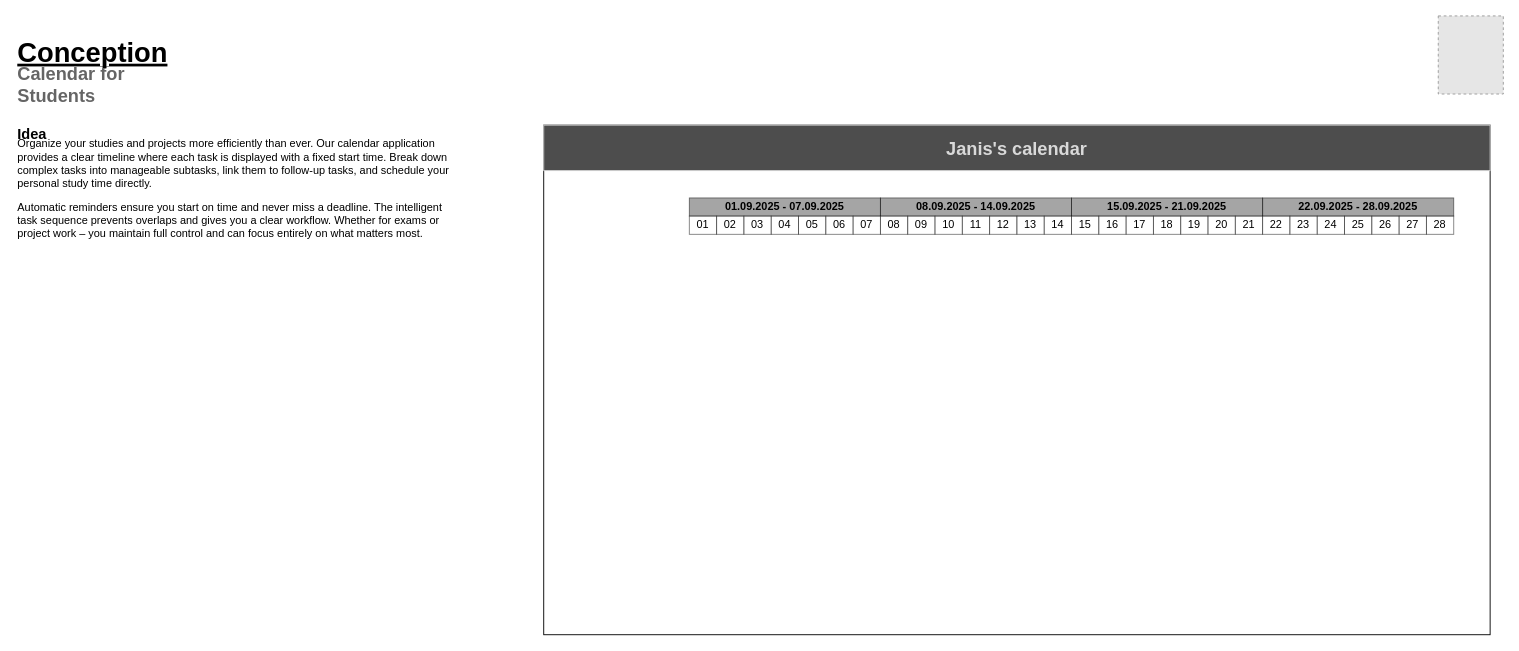
Before: Conception/Calendar_concept_marketing.drawio in janisaebischer/Calendar, a draw.io diagram. Source tidied: cells renumbered, new cells numbered last; positions are measured from the earlier drawing's top-left corner, leaving out a move shared by most shapes. Both pictures are drawn from the tidied source at 91%, with x=0, y=0 at pixel (15, 15). Pictures stored in the file or linked from it are replaced by grey dashed boxes.
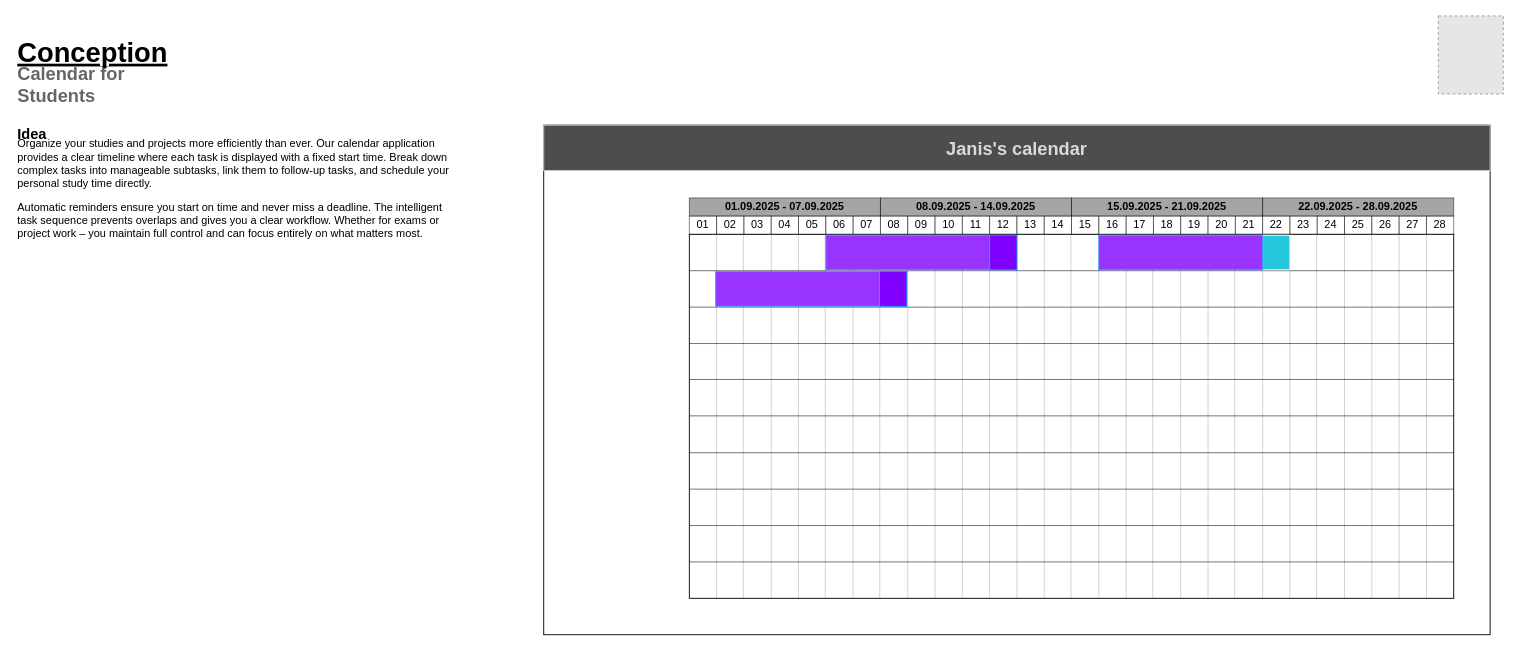
After the change.

Unchanged cells that the change refers to:
```xml
<mxCell id="14" value="02" style="rounded=0;whiteSpace=wrap;html=1;fillColor=light-dark(#FFFFFF,#673AB7);opacity=50;fontFamily=Michroma;" parent="1" vertex="1">
  <mxGeometry x="770" y="220" width="30" height="20" as="geometry" />
</mxCell>
```

What changed in the source:
```diff
@@
+    <mxCell id="41" style="rounded=0;whiteSpace=wrap;html=1;" parent="1" vertex="1">
+      <mxGeometry x="740" y="240" width="840" height="400" as="geometry" />
+    </mxCell>
+    <mxCell id="42" style="endArrow=none;html=1;rounded=0;opacity=60;" parent="1" edge="1">
+      <mxGeometry relative="1" as="geometry">
+        <mxPoint x="740" y="280" as="sourcePoint" />
+        <mxPoint x="1580" y="280" as="targetPoint" />
+      </mxGeometry>
+    </mxCell>
+    <mxCell id="43" style="endArrow=none;html=1;rounded=0;opacity=60;" parent="1" edge="1">
+      <mxGeometry relative="1" as="geometry">
+        <mxPoint x="740" y="320" as="sourcePoint" />
+        <mxPoint x="1580" y="320" as="targetPoint" />
+      </mxGeometry>
+    </mxCell>
+    <mxCell id="44" style="endArrow=none;html=1;rounded=0;opacity=60;" parent="1" edge="1">
+      <mxGeometry relative="1" as="geometry">
+        <mxPoint x="740" y="360" as="sourcePoint" />
+        <mxPoint x="1580" y="360" as="targetPoint" />
+      </mxGeometry>
+    </mxCell>
+    <mxCell id="45" style="endArrow=none;html=1;rounded=0;opacity=60;" parent="1" edge="1">
+      <mxGeometry relative="1" as="geometry">
+        <mxPoint x="740" y="399.5" as="sourcePoint" />
+        <mxPoint x="1580" y="399.5" as="targetPoint" />
+      </mxGeometry>
+    </mxCell>
+    <mxCell id="46" style="endArrow=none;html=1;rounded=0;opacity=60;" parent="1" edge="1">
+      <mxGeometry relative="1" as="geometry">
+        <mxPoint x="740" y="439.5" as="sourcePoint" />
+        <mxPoint x="1580" y="439.5" as="targetPoint" />
+      </mxGeometry>
+    </mxCell>
+    <mxCell id="47" style="endArrow=none;html=1;rounded=0;opacity=60;" parent="1" edge="1">
+      <mxGeometry relative="1" as="geometry">
+        <mxPoint x="740" y="480" as="sourcePoint" />
+        <mxPoint x="1580" y="480" as="targetPoint" />
+      </mxGeometry>
+    </mxCell>
+    <mxCell id="48" style="endArrow=none;html=1;rounded=0;opacity=60;" parent="1" edge="1">
+      <mxGeometry relative="1" as="geometry">
+        <mxPoint x="740" y="520" as="sourcePoint" />
+        <mxPoint x="1580" y="520" as="targetPoint" />
+      </mxGeometry>
+    </mxCell>
+    <mxCell id="49" style="endArrow=none;html=1;rounded=0;opacity=60;" parent="1" edge="1">
+      <mxGeometry relative="1" as="geometry">
+        <mxPoint x="740" y="560" as="sourcePoint" />
+        <mxPoint x="1580" y="560" as="targetPoint" />
+      </mxGeometry>
+    </mxCell>
+    <mxCell id="50" style="endArrow=none;html=1;rounded=0;opacity=60;" parent="1" edge="1">
+      <mxGeometry relative="1" as="geometry">
+        <mxPoint x="740" y="600" as="sourcePoint" />
+        <mxPoint x="1580" y="600" as="targetPoint" />
+      </mxGeometry>
+    </mxCell>
+    <mxCell id="51" style="endArrow=none;html=1;rounded=0;entryX=0;entryY=1;entryDx=0;entryDy=0;opacity=20;" parent="1" edge="1" target="14">
+      <mxGeometry relative="1" as="geometry">
+        <mxPoint x="770" y="640" as="sourcePoint" />
+      </mxGeometry>
+    </mxCell>
+    <mxCell id="52" style="endArrow=none;html=1;rounded=0;entryX=0;entryY=1;entryDx=0;entryDy=0;opacity=20;" parent="1" edge="1">
+      <mxGeometry relative="1" as="geometry">
+        <mxPoint x="799.3" y="640" as="sourcePoint" />
+        <mxPoint x="799.3" y="240" as="targetPoint" />
+      </mxGeometry>
+    </mxCell>
+    <mxCell id="53" style="endArrow=none;html=1;rounded=0;entryX=0;entryY=1;entryDx=0;entryDy=0;opacity=20;" parent="1" edge="1">
+      <mxGeometry relative="1" as="geometry">
+        <mxPoint x="830" y="640" as="sourcePoint" />
+        <mxPoint x="830" y="240" as="targetPoint" />
+      </mxGeometry>
+    </mxCell>
+    <mxCell id="54" style="endArrow=none;html=1;rounded=0;entryX=0;entryY=1;entryDx=0;entryDy=0;opacity=20;" parent="1" edge="1">
+      <mxGeometry relative="1" as="geometry">
+        <mxPoint x="860" y="640" as="sourcePoint" />
+        <mxPoint x="860" y="240" as="targetPoint" />
+      </mxGeometry>
+    </mxCell>
+    <mxCell id="55" style="endArrow=none;html=1;rounded=0;entryX=0;entryY=1;entryDx=0;entryDy=0;opacity=20;" parent="1" edge="1">
+      <mxGeometry relative="1" as="geometry">
+        <mxPoint x="889.3" y="640" as="sourcePoint" />
+        <mxPoint x="889.3" y="240" as="targetPoint" />
+      </mxGeometry>
+    </mxCell>
+    <mxCell id="56" style="endArrow=none;html=1;rounded=0;entryX=0;entryY=1;entryDx=0;entryDy=0;opacity=20;" parent="1" edge="1">
+      <mxGeometry relative="1" as="geometry">
+        <mxPoint x="920" y="640" as="sourcePoint" />
+        <mxPoint x="920" y="240" as="targetPoint" />
+      </mxGeometry>
+    </mxCell>
+    <mxCell id="57" style="endArrow=none;html=1;rounded=0;entryX=0;entryY=1;entryDx=0;entryDy=0;opacity=20;" parent="1" edge="1">
+      <mxGeometry relative="1" as="geometry">
+        <mxPoint x="949.3" y="640" as="sourcePoint" />
+        <mxPoint x="949.3" y="240" as="targetPoint" />
+      </mxGeometry>
+    </mxCell>
+    <mxCell id="58" style="endArrow=none;html=1;rounded=0;entryX=0;entryY=1;entryDx=0;entryDy=0;opacity=20;" parent="1" edge="1">
+      <mxGeometry relative="1" as="geometry">
+        <mxPoint x="980" y="640" as="sourcePoint" />
+        <mxPoint x="980" y="240" as="targetPoint" />
+      </mxGeometry>
+    </mxCell>
+    <mxCell id="59" style="endArrow=none;html=1;rounded=0;entryX=0;entryY=1;entryDx=0;entryDy=0;opacity=20;" parent="1" edge="1">
+      <mxGeometry relative="1" as="geometry">
+        <mxPoint x="1010" y="640" as="sourcePoint" />
+        <mxPoint x="1010" y="240" as="targetPoint" />
+      </mxGeometry>
+    </mxCell>
+    <mxCell id="60" style="endArrow=none;html=1;rounded=0;entryX=0;entryY=1;entryDx=0;entryDy=0;opacity=20;" parent="1" edge="1">
+      <mxGeometry relative="1" as="geometry">
+        <mxPoint x="1040" y="640" as="sourcePoint" />
+        <mxPoint x="1040" y="240" as="targetPoint" />
+      </mxGeometry>
+    </mxCell>
+    <mxCell id="61" style="endArrow=none;html=1;rounded=0;entryX=0;entryY=1;entryDx=0;entryDy=0;opacity=20;" parent="1" edge="1">
+      <mxGeometry relative="1" as="geometry">
+        <mxPoint x="1070" y="640" as="sourcePoint" />
+        <mxPoint x="1070" y="240" as="targetPoint" />
+      </mxGeometry>
+    </mxCell>
+    <mxCell id="62" style="endArrow=none;html=1;rounded=0;entryX=0;entryY=1;entryDx=0;entryDy=0;opacity=20;" parent="1" edge="1">
+      <mxGeometry relative="1" as="geometry">
+        <mxPoint x="1100" y="640" as="sourcePoint" />
+        <mxPoint x="1100" y="240" as="targetPoint" />
+      </mxGeometry>
+    </mxCell>
+    <mxCell id="63" style="endArrow=none;html=1;rounded=0;entryX=0;entryY=1;entryDx=0;entryDy=0;opacity=20;" parent="1" edge="1">
+      <mxGeometry relative="1" as="geometry">
+        <mxPoint x="1130" y="640" as="sourcePoint" />
+        <mxPoint x="1130" y="240" as="targetPoint" />
+      </mxGeometry>
+    </mxCell>
+    <mxCell id="64" style="endArrow=none;html=1;rounded=0;entryX=0;entryY=1;entryDx=0;entryDy=0;opacity=20;" parent="1" edge="1">
+      <mxGeometry relative="1" as="geometry">
+        <mxPoint x="1159.3" y="640" as="sourcePoint" />
+        <mxPoint x="1159.3" y="240" as="targetPoint" />
+      </mxGeometry>
+    </mxCell>
+    <mxCell id="65" style="endArrow=none;html=1;rounded=0;entryX=0;entryY=1;entryDx=0;entryDy=0;opacity=20;" parent="1" edge="1">
+      <mxGeometry relative="1" as="geometry">
+        <mxPoint x="1190" y="640" as="sourcePoint" />
+        <mxPoint x="1190" y="240" as="targetPoint" />
+      </mxGeometry>
+    </mxCell>
+    <mxCell id="66" style="endArrow=none;html=1;rounded=0;entryX=0;entryY=1;entryDx=0;entryDy=0;opacity=20;" parent="1" edge="1">
+      <mxGeometry relative="1" as="geometry">
+        <mxPoint x="1220" y="640" as="sourcePoint" />
+        <mxPoint x="1220" y="240" as="targetPoint" />
+      </mxGeometry>
+    </mxCell>
+    <mxCell id="67" style="endArrow=none;html=1;rounded=0;entryX=0;entryY=1;entryDx=0;entryDy=0;opacity=20;" parent="1" edge="1">
+      <mxGeometry relative="1" as="geometry">
+        <mxPoint x="1249.3" y="640" as="sourcePoint" />
+        <mxPoint x="1249.3" y="240" as="targetPoint" />
+      </mxGeometry>
+    </mxCell>
+    <mxCell id="68" style="endArrow=none;html=1;rounded=0;entryX=0;entryY=1;entryDx=0;entryDy=0;opacity=20;" parent="1" edge="1">
+      <mxGeometry relative="1" as="geometry">
+        <mxPoint x="1280" y="640" as="sourcePoint" />
+        <mxPoint x="1280" y="240" as="targetPoint" />
+      </mxGeometry>
+    </mxCell>
+    <mxCell id="69" style="endArrow=none;html=1;rounded=0;entryX=0;entryY=1;entryDx=0;entryDy=0;opacity=20;" parent="1" edge="1">
+      <mxGeometry relative="1" as="geometry">
+        <mxPoint x="1310" y="640" as="sourcePoint" />
+        <mxPoint x="1310" y="240" as="targetPoint" />
+      </mxGeometry>
+    </mxCell>
+    <mxCell id="70" style="endArrow=none;html=1;rounded=0;entryX=0;entryY=1;entryDx=0;entryDy=0;opacity=20;" parent="1" edge="1">
+      <mxGeometry relative="1" as="geometry">
+        <mxPoint x="1339.3" y="640" as="sourcePoint" />
+        <mxPoint x="1339.3" y="240" as="targetPoint" />
+      </mxGeometry>
+    </mxCell>
+    <mxCell id="71" style="endArrow=none;html=1;rounded=0;entryX=0;entryY=1;entryDx=0;entryDy=0;opacity=20;" parent="1" edge="1">
+      <mxGeometry relative="1" as="geometry">
+        <mxPoint x="1370" y="640" as="sourcePoint" />
+        <mxPoint x="1370" y="240" as="targetPoint" />
+      </mxGeometry>
+    </mxCell>
+    <mxCell id="72" style="endArrow=none;html=1;rounded=0;entryX=0;entryY=1;entryDx=0;entryDy=0;opacity=20;" parent="1" edge="1">
+      <mxGeometry relative="1" as="geometry">
+        <mxPoint x="1400" y="640" as="sourcePoint" />
+        <mxPoint x="1400" y="240" as="targetPoint" />
+      </mxGeometry>
+    </mxCell>
+    <mxCell id="73" style="endArrow=none;html=1;rounded=0;entryX=0;entryY=1;entryDx=0;entryDy=0;opacity=20;" parent="1" edge="1">
+      <mxGeometry relative="1" as="geometry">
+        <mxPoint x="1429.3" y="640" as="sourcePoint" />
+        <mxPoint x="1429.3" y="240" as="targetPoint" />
+      </mxGeometry>
+    </mxCell>
+    <mxCell id="74" style="endArrow=none;html=1;rounded=0;entryX=0;entryY=1;entryDx=0;entryDy=0;opacity=20;" parent="1" edge="1">
+      <mxGeometry relative="1" as="geometry">
+        <mxPoint x="1460" y="640" as="sourcePoint" />
+        <mxPoint x="1460" y="240" as="targetPoint" />
+      </mxGeometry>
+    </mxCell>
+    <mxCell id="75" style="endArrow=none;html=1;rounded=0;entryX=0;entryY=1;entryDx=0;entryDy=0;opacity=20;" parent="1" edge="1">
+      <mxGeometry relative="1" as="geometry">
+        <mxPoint x="1490" y="640" as="sourcePoint" />
+        <mxPoint x="1490" y="240" as="targetPoint" />
+      </mxGeometry>
+    </mxCell>
+    <mxCell id="76" style="endArrow=none;html=1;rounded=0;entryX=0;entryY=1;entryDx=0;entryDy=0;opacity=20;" parent="1" edge="1">
+      <mxGeometry relative="1" as="geometry">
+        <mxPoint x="1520" y="640" as="sourcePoint" />
+        <mxPoint x="1520" y="240" as="targetPoint" />
+      </mxGeometry>
+    </mxCell>
+    <mxCell id="77" style="endArrow=none;html=1;rounded=0;entryX=0;entryY=1;entryDx=0;entryDy=0;opacity=20;" parent="1" edge="1">
+      <mxGeometry relative="1" as="geometry">
+        <mxPoint x="1550" y="640" as="sourcePoint" />
+        <mxPoint x="1550" y="240" as="targetPoint" />
+      </mxGeometry>
+    </mxCell>
+    <mxCell id="78" style="rounded=0;whiteSpace=wrap;html=1;fillColor=#7F00FF;strokeColor=#007FFF;" parent="1" vertex="1">
+      <mxGeometry x="1070" y="241" width="30" height="38" as="geometry" />
+    </mxCell>
+    <mxCell id="79" style="rounded=0;whiteSpace=wrap;html=1;fillColor=#9933FF;strokeColor=#3399FF;" parent="1" vertex="1">
+      <mxGeometry x="890" y="241" width="180" height="38" as="geometry" />
+    </mxCell>
+    <mxCell id="80" style="rounded=0;whiteSpace=wrap;html=1;fillColor=#7F00FF;strokeColor=#007FFF;" parent="1" vertex="1">
+      <mxGeometry x="949" y="281" width="30" height="38" as="geometry" />
+    </mxCell>
+    <mxCell id="81" style="rounded=0;whiteSpace=wrap;html=1;fillColor=#9933FF;strokeColor=#3399FF;" parent="1" vertex="1">
+      <mxGeometry x="769" y="281" width="180" height="38" as="geometry" />
+    </mxCell>
+    <mxCell id="82" style="rounded=0;whiteSpace=wrap;html=1;fillColor=#26C6DA;strokeColor=#FFFFFF;" parent="1" vertex="1">
+      <mxGeometry x="1370" y="241" width="30" height="38" as="geometry" />
+    </mxCell>
+    <mxCell id="83" style="rounded=0;whiteSpace=wrap;html=1;fillColor=#9933FF;strokeColor=#3399FF;" parent="1" vertex="1">
+      <mxGeometry x="1190" y="241" width="180" height="38" as="geometry" />
+    </mxCell>
```
